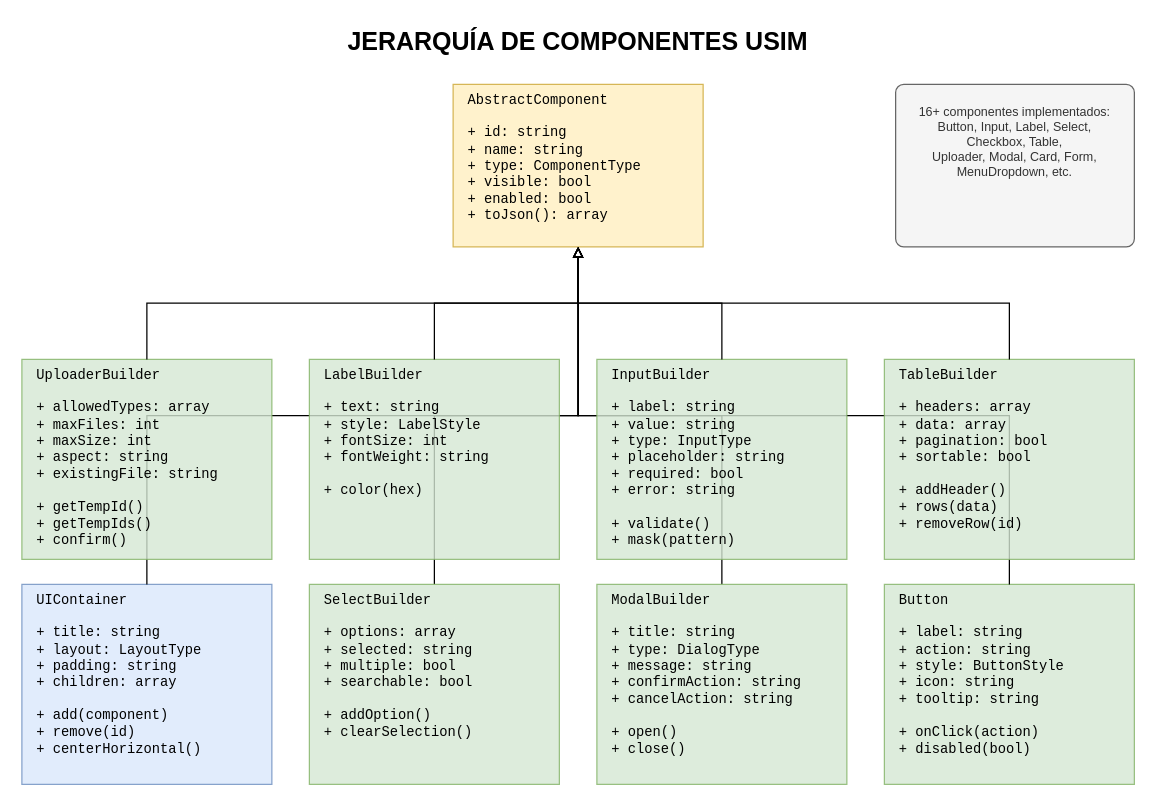
The draw.io diagram page "3. Clases de Componentes" (3 of 4) of docs/framework/USIM_DIAGRAMS.drawio in idei/usim-framework, before the edit. Source tidied: cells renumbered, new cells numbered last; positions are measured from the earlier drawing's top-left corner, leaving out a move shared by most shapes. Both pictures are drawn from the tidied source at 125%, with x=0, y=0 at pixel (21, 21).
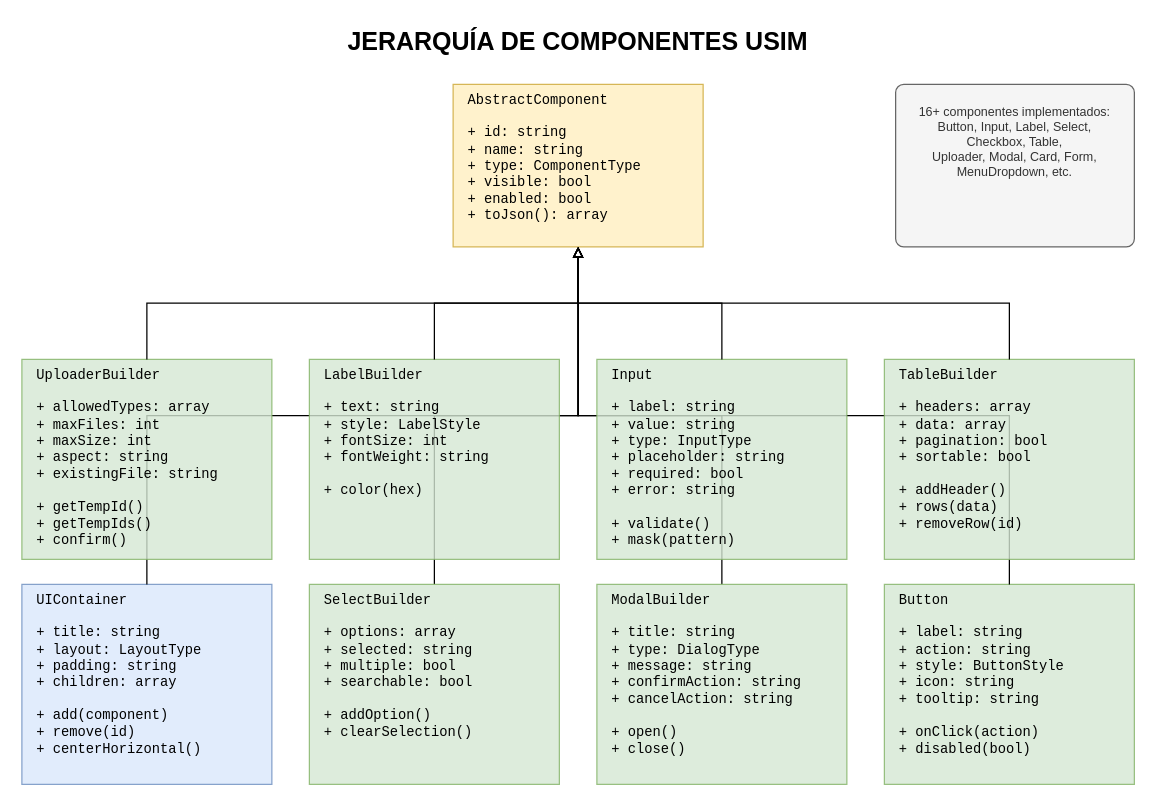
The same diagram, later.

What changed in the source:
```diff
@@
-    <mxCell id="10" value="InputBuilder&#10;&#10;+ label: string&#10;+ value: string&#10;+ type: InputType&#10;+ placeholder: string&#10;+ required: bool&#10;+ error: string&#10;&#10;+ validate()&#10;+ mask(pattern)" style="rounded=0;whiteSpace=wrap;html=1;fillColor=#d5e8d4;strokeColor=#82b366;align=left;verticalAlign=top;spacingLeft=10;fontFamily=Courier New;fontSize=11;opacity=80;" parent="1" vertex="1">
+    <mxCell id="10" value="Input&#10;&#10;+ label: string&#10;+ value: string&#10;+ type: InputType&#10;+ placeholder: string&#10;+ required: bool&#10;+ error: string&#10;&#10;+ validate()&#10;+ mask(pattern)" style="rounded=0;whiteSpace=wrap;html=1;fillColor=#d5e8d4;strokeColor=#82b366;align=left;verticalAlign=top;spacingLeft=10;fontFamily=Courier New;fontSize=11;opacity=80;" parent="1" vertex="1">
       <mxGeometry x="460" y="270" width="200" height="160" as="geometry" />
     </mxCell>
```
